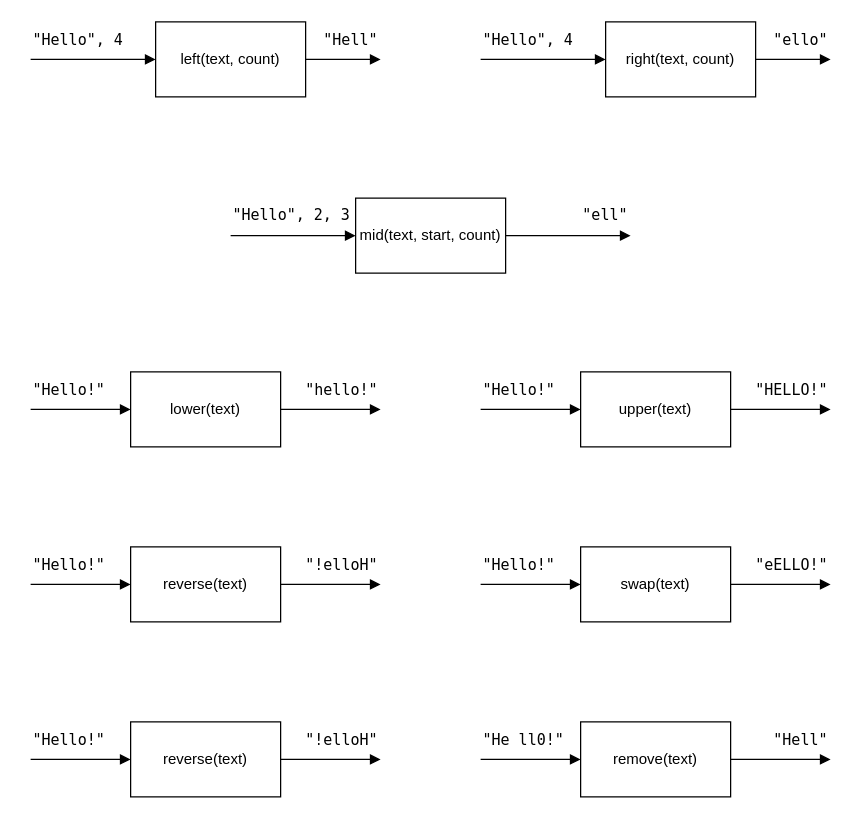
The draw.io diagram higher/H-SDD-Substrings/assets/H SDD Substrings.drawio in MrFriendCS/MrFriendCS.github.io, before the edit. Source tidied: cells renumbered, new cells numbered last; positions are measured from the earlier drawing's top-left corner, leaving out a move shared by most shapes. Both pictures are drawn from the tidied source at 125%, with x=0, y=0 at pixel (30, 21).
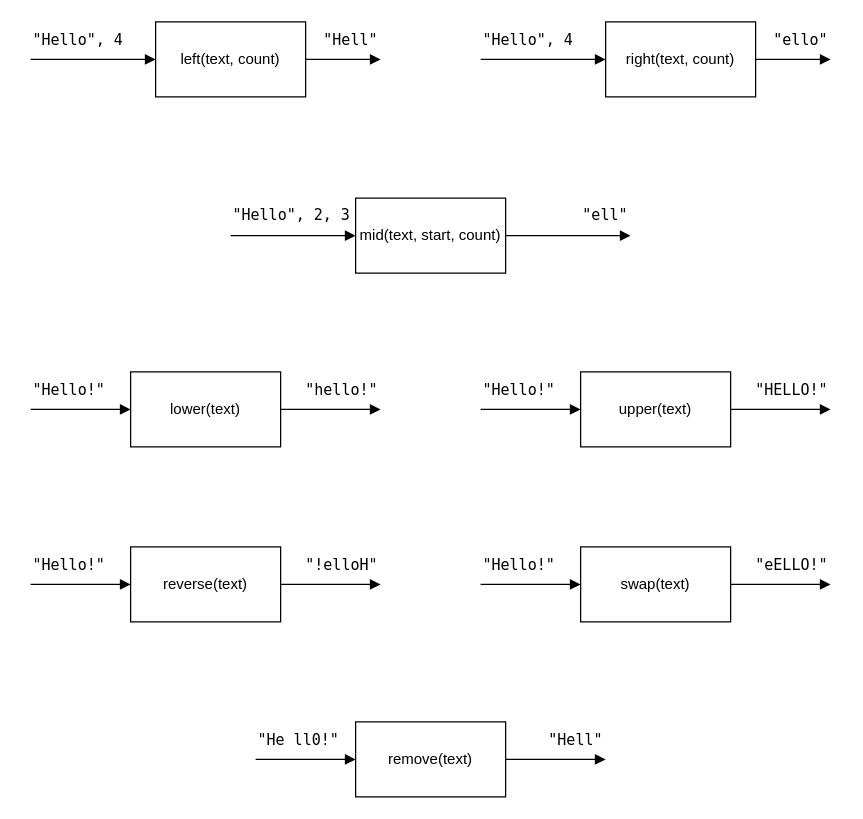
The same page after the edit.

Change to the diagram source:
```diff
@@
-    <mxCell id="37" style="edgeStyle=orthogonalEdgeStyle;rounded=0;jettySize=auto;html=1;exitX=0;exitY=0.5;exitDx=0;exitDy=0;endArrow=none;endFill=0;startArrow=block;startFill=1;" parent="1" edge="1" source="39">
-      <mxGeometry relative="1" as="geometry">
-        <mxPoint y="590" as="targetPoint" />
-      </mxGeometry>
-    </mxCell>
-    <mxCell id="38" style="edgeStyle=orthogonalEdgeStyle;shape=connector;rounded=0;jettySize=auto;html=1;exitX=1;exitY=0.5;exitDx=0;exitDy=0;strokeColor=default;align=center;verticalAlign=middle;fontFamily=Helvetica;fontSize=11;fontColor=default;labelBackgroundColor=default;endArrow=block;endFill=1;" parent="1" edge="1" source="39">
-      <mxGeometry relative="1" as="geometry">
-        <mxPoint x="280" y="590" as="targetPoint" />
-      </mxGeometry>
-    </mxCell>
-    <mxCell id="39" value="&lt;font style=&quot;font-size: 12px;&quot;&gt;reverse(text)&lt;/font&gt;" style="rounded=0;whiteSpace=wrap;html=1;" parent="1" vertex="1">
-      <mxGeometry x="80" y="560" width="120" height="60" as="geometry" />
-    </mxCell>
-    <mxCell id="40" value="&lt;font style=&quot;font-size: 12px;&quot; face=&quot;Lucida Console&quot;&gt;&quot;Hello!&quot;&lt;/font&gt;" style="text;html=1;strokeColor=none;fillColor=none;align=left;verticalAlign=middle;whiteSpace=wrap;rounded=0;fontFamily=Helvetica;fontSize=11;fontColor=default;" parent="1" vertex="1">
-      <mxGeometry y="560" width="80" height="30" as="geometry" />
-    </mxCell>
-    <mxCell id="41" value="&lt;font style=&quot;font-size: 12px;&quot; face=&quot;Lucida Console&quot;&gt;&quot;!elloH&quot;&lt;/font&gt;" style="text;html=1;strokeColor=none;fillColor=none;align=right;verticalAlign=middle;whiteSpace=wrap;rounded=0;fontFamily=Helvetica;fontSize=11;fontColor=default;" parent="1" vertex="1">
-      <mxGeometry x="200" y="560" width="80" height="30" as="geometry" />
-    </mxCell>
     <mxCell id="42" style="edgeStyle=orthogonalEdgeStyle;rounded=0;jettySize=auto;html=1;exitX=0;exitY=0.5;exitDx=0;exitDy=0;endArrow=none;endFill=0;startArrow=block;startFill=1;" parent="1" edge="1" source="44">
       <mxGeometry relative="1" as="geometry">
-        <mxPoint x="360" y="590" as="targetPoint" />
+        <mxPoint x="180" y="590" as="targetPoint" />
       </mxGeometry>
     </mxCell>
     <mxCell id="43" style="edgeStyle=orthogonalEdgeStyle;shape=connector;rounded=0;jettySize=auto;html=1;exitX=1;exitY=0.5;exitDx=0;exitDy=0;strokeColor=default;align=center;verticalAlign=middle;fontFamily=Helvetica;fontSize=11;fontColor=default;labelBackgroundColor=default;endArrow=block;endFill=1;" parent="1" edge="1" source="44">
       <mxGeometry relative="1" as="geometry">
-        <mxPoint x="640" y="590" as="targetPoint" />
+        <mxPoint x="460" y="590" as="targetPoint" />
       </mxGeometry>
     </mxCell>
     <mxCell id="44" value="&lt;font style=&quot;font-size: 12px;&quot;&gt;remove(text)&lt;/font&gt;" style="rounded=0;whiteSpace=wrap;html=1;" parent="1" vertex="1">
-      <mxGeometry x="440" y="560" width="120" height="60" as="geometry" />
+      <mxGeometry x="260" y="560" width="120" height="60" as="geometry" />
     </mxCell>
     <mxCell id="45" value="&lt;font style=&quot;font-size: 12px;&quot; face=&quot;Lucida Console&quot;&gt;&quot;He ll0!&quot;&lt;/font&gt;" style="text;html=1;strokeColor=none;fillColor=none;align=left;verticalAlign=middle;whiteSpace=wrap;rounded=0;fontFamily=Helvetica;fontSize=11;fontColor=default;" parent="1" vertex="1">
-      <mxGeometry x="360" y="560" width="80" height="30" as="geometry" />
+      <mxGeometry x="180" y="560" width="80" height="30" as="geometry" />
     </mxCell>
     <mxCell id="46" value="&lt;font style=&quot;font-size: 12px;&quot; face=&quot;Lucida Console&quot;&gt;&quot;Hell&quot;&lt;/font&gt;" style="text;html=1;strokeColor=none;fillColor=none;align=right;verticalAlign=middle;whiteSpace=wrap;rounded=0;fontFamily=Helvetica;fontSize=11;fontColor=default;" parent="1" vertex="1">
-      <mxGeometry x="560" y="560" width="80" height="30" as="geometry" />
+      <mxGeometry x="380" y="560" width="80" height="30" as="geometry" />
     </mxCell>
```
